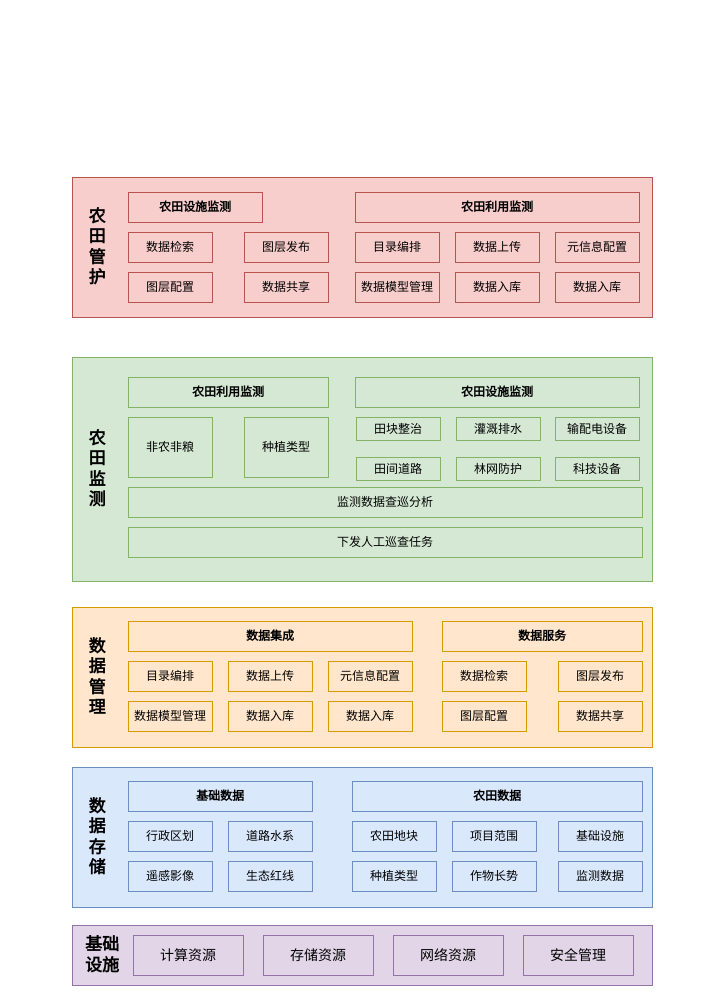
This is 陕西项目.drawio from GISering/diagram, a draw.io file, before an edit. Source tidied: cells renumbered, new cells numbered last; positions are measured from the earlier drawing's top-left corner, leaving out a move shared by most shapes. Both pictures are drawn from the tidied source at 100%, with x=0, y=0 at pixel (72, 177).
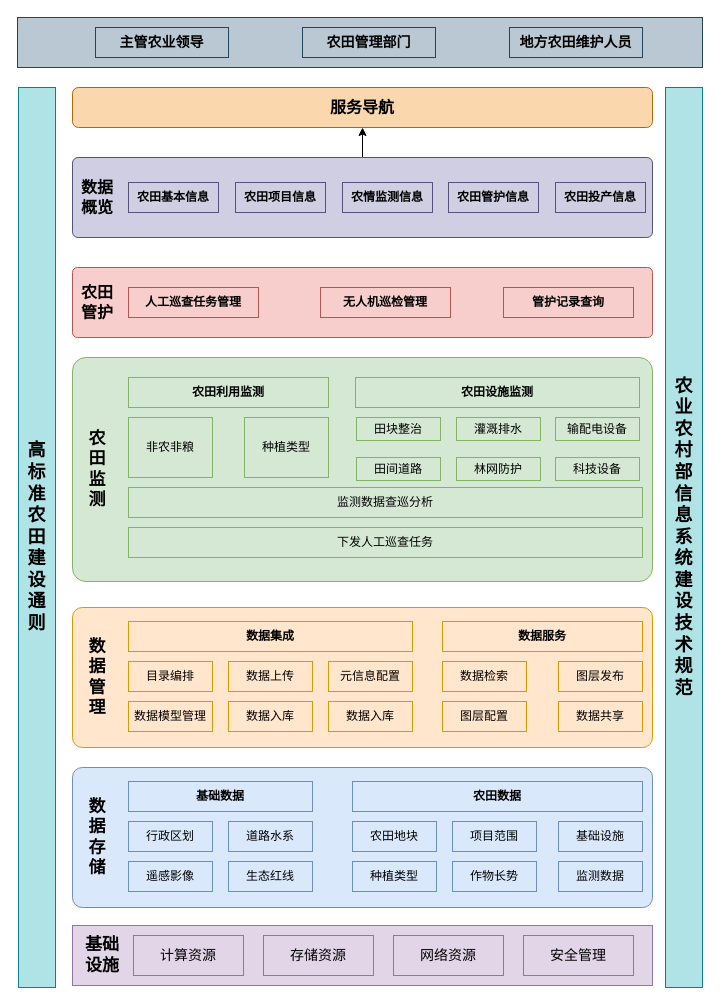
The same diagram, later.

Commit message (it also covers changes not shown here):
更新陕西项目.drawio

What changed in the source:
```diff
@@
-    <mxCell id="2" style="rounded=0;whiteSpace=wrap;html=1;fillColor=#e1d5e7;strokeColor=#9673a6;" parent="1" vertex="1">
+    <mxCell id="2" style="rounded=0;whiteSpace=wrap;html=1;fillColor=#e1d5e7;strokeColor=#9673a6;arcSize=7;" parent="1" vertex="1">
       <mxGeometry y="748" width="580" height="60" as="geometry" />
     </mxCell>
@@
-    <mxCell id="8" style="rounded=0;whiteSpace=wrap;html=1;fillColor=#dae8fc;strokeColor=#6c8ebf;" parent="1" vertex="1">
+    <mxCell id="8" style="rounded=1;whiteSpace=wrap;html=1;fillColor=#dae8fc;strokeColor=#6c8ebf;arcSize=7;" parent="1" vertex="1">
       <mxGeometry y="590" width="580" height="140" as="geometry" />
     </mxCell>
@@
-    <mxCell id="22" style="rounded=0;whiteSpace=wrap;html=1;fillColor=#ffe6cc;strokeColor=#d79b00;" parent="1" vertex="1">
+    <mxCell id="22" style="rounded=1;whiteSpace=wrap;html=1;fillColor=#ffe6cc;strokeColor=#d79b00;arcSize=7;" parent="1" vertex="1">
       <mxGeometry y="430" width="580" height="140" as="geometry" />
     </mxCell>
@@
-    <mxCell id="36" style="rounded=0;whiteSpace=wrap;html=1;fillColor=#d5e8d4;strokeColor=#82b366;" parent="1" vertex="1">
+    <mxCell id="36" style="rounded=1;whiteSpace=wrap;html=1;fillColor=#d5e8d4;strokeColor=#82b366;arcSize=6;" parent="1" vertex="1">
       <mxGeometry y="180" width="580" height="224" as="geometry" />
     </mxCell>
@@
-    <mxCell id="47" style="rounded=0;whiteSpace=wrap;html=1;fillColor=#f8cecc;strokeColor=#b85450;" parent="1" vertex="1">
-      <mxGeometry width="580" height="140" as="geometry" />
+    <mxCell id="47" style="rounded=1;whiteSpace=wrap;html=1;fillColor=#f8cecc;strokeColor=#b85450;arcSize=7;" parent="1" vertex="1">
+      <mxGeometry y="90" width="580" height="70" as="geometry" />
     </mxCell>
-    <mxCell id="48" value="农田管护" style="text;html=1;align=center;verticalAlign=middle;whiteSpace=wrap;rounded=0;fontSize=17;fontStyle=1;fillColor=#f8cecc;strokeColor=none;" parent="1" vertex="1">
-      <mxGeometry x="10" y="30" width="30" height="80" as="geometry" />
+    <mxCell id="48" value="农田管护" style="text;html=1;align=center;verticalAlign=middle;whiteSpace=wrap;rounded=0;fontSize=16;fontStyle=1;fillColor=#f8cecc;strokeColor=none;" parent="1" vertex="1">
+      <mxGeometry x="5" y="100" width="40" height="50" as="geometry" />
     </mxCell>
-    <mxCell id="49" value="农田利用监测" style="rounded=0;whiteSpace=wrap;html=1;fontStyle=1;fillColor=#f8cecc;strokeColor=#b85450;" parent="1" vertex="1">
-      <mxGeometry x="283" y="15" width="284" height="30" as="geometry" />
+    <mxCell id="49" value="无人机巡检管理" style="rounded=0;whiteSpace=wrap;html=1;fontStyle=1;fillColor=#f8cecc;strokeColor=#b85450;" parent="1" vertex="1">
+      <mxGeometry x="248" y="110" width="130" height="30" as="geometry" />
     </mxCell>
-    <mxCell id="50" value="目录编排" style="rounded=0;whiteSpace=wrap;html=1;fillColor=#f8cecc;strokeColor=#b85450;" parent="1" vertex="1">
-      <mxGeometry x="283" y="55" width="84" height="30" as="geometry" />
-    </mxCell>
-    <mxCell id="51" value="元信息配置" style="rounded=0;whiteSpace=wrap;html=1;fillColor=#f8cecc;strokeColor=#b85450;" parent="1" vertex="1">
-      <mxGeometry x="483" y="55" width="84" height="30" as="geometry" />
-    </mxCell>
-    <mxCell id="52" value="数据上传" style="rounded=0;whiteSpace=wrap;html=1;fillColor=#f8cecc;strokeColor=#b85450;" parent="1" vertex="1">
-      <mxGeometry x="383" y="55" width="84" height="30" as="geometry" />
-    </mxCell>
-    <mxCell id="53" value="数据入库" style="rounded=0;whiteSpace=wrap;html=1;fillColor=#f8cecc;strokeColor=#b85450;" parent="1" vertex="1">
-      <mxGeometry x="383" y="95" width="84" height="30" as="geometry" />
-    </mxCell>
-    <mxCell id="54" value="农田设施监测" style="rounded=0;whiteSpace=wrap;html=1;fontStyle=1;fillColor=#f8cecc;strokeColor=#b85450;" parent="1" vertex="1">
-      <mxGeometry x="56" y="15" width="134" height="30" as="geometry" />
+    <mxCell id="54" value="人工巡查任务管理" style="rounded=0;whiteSpace=wrap;html=1;fontStyle=1;fillColor=#f8cecc;strokeColor=#b85450;" parent="1" vertex="1">
+      <mxGeometry x="56" y="110" width="130" height="30" as="geometry" />
     </mxCell>
-    <mxCell id="55" value="数据检索" style="rounded=0;whiteSpace=wrap;html=1;fillColor=#f8cecc;strokeColor=#b85450;" parent="1" vertex="1">
-      <mxGeometry x="56" y="55" width="84" height="30" as="geometry" />
-    </mxCell>
-    <mxCell id="56" value="图层配置" style="rounded=0;whiteSpace=wrap;html=1;fillColor=#f8cecc;strokeColor=#b85450;" parent="1" vertex="1">
-      <mxGeometry x="56" y="95" width="84" height="30" as="geometry" />
-    </mxCell>
-    <mxCell id="57" value="图层发布" style="rounded=0;whiteSpace=wrap;html=1;fillColor=#f8cecc;strokeColor=#b85450;" parent="1" vertex="1">
-      <mxGeometry x="172" y="55" width="84" height="30" as="geometry" />
-    </mxCell>
-    <mxCell id="58" value="数据共享" style="rounded=0;whiteSpace=wrap;html=1;fillColor=#f8cecc;strokeColor=#b85450;" parent="1" vertex="1">
-      <mxGeometry x="172" y="95" width="84" height="30" as="geometry" />
-    </mxCell>
-    <mxCell id="59" value="数据模型管理" style="rounded=0;whiteSpace=wrap;html=1;fillColor=#f8cecc;strokeColor=#b85450;" parent="1" vertex="1">
-      <mxGeometry x="283" y="95" width="84" height="30" as="geometry" />
-    </mxCell>
-    <mxCell id="60" value="数据入库" style="rounded=0;whiteSpace=wrap;html=1;fillColor=#f8cecc;strokeColor=#b85450;" parent="1" vertex="1">
-      <mxGeometry x="483" y="95" width="84" height="30" as="geometry" />
-    </mxCell>
@@
+    <mxCell id="64" value="管护记录查询" style="rounded=0;whiteSpace=wrap;html=1;fontStyle=1;fillColor=#f8cecc;strokeColor=#b85450;" parent="1" vertex="1">
+      <mxGeometry x="431" y="110" width="130" height="30" as="geometry" />
+    </mxCell>
+    <mxCell id="65" style="edgeStyle=orthogonalEdgeStyle;rounded=0;jettySize=auto;html=1;exitX=0.5;exitY=0;exitDx=0;exitDy=0;entryX=0.5;entryY=1;entryDx=0;entryDy=0;" parent="1" edge="1" source="66" target="73">
+      <mxGeometry relative="1" as="geometry" />
+    </mxCell>
+    <mxCell id="66" style="rounded=1;whiteSpace=wrap;html=1;fillColor=#d0cee2;strokeColor=#56517e;arcSize=7;" parent="1" vertex="1">
+      <mxGeometry y="-20" width="580" height="80" as="geometry" />
+    </mxCell>
+    <mxCell id="67" value="数据概览" style="text;html=1;align=center;verticalAlign=middle;whiteSpace=wrap;rounded=0;fontSize=16;fontStyle=1;fillColor=#d0cee2;strokeColor=none;" parent="1" vertex="1">
+      <mxGeometry x="5" y="-15" width="40" height="70" as="geometry" />
+    </mxCell>
+    <mxCell id="68" value="农田基本信息" style="rounded=0;whiteSpace=wrap;html=1;fontStyle=1;fillColor=#d0cee2;strokeColor=#56517e;" parent="1" vertex="1">
+      <mxGeometry x="56" y="5" width="90" height="30" as="geometry" />
+    </mxCell>
+    <mxCell id="69" value="农田项目信息" style="rounded=0;whiteSpace=wrap;html=1;fontStyle=1;fillColor=#d0cee2;strokeColor=#56517e;" parent="1" vertex="1">
+      <mxGeometry x="163" y="5" width="90" height="30" as="geometry" />
+    </mxCell>
+    <mxCell id="70" value="农田投产信息" style="rounded=0;whiteSpace=wrap;html=1;fontStyle=1;fillColor=#d0cee2;strokeColor=#56517e;" parent="1" vertex="1">
+      <mxGeometry x="483" y="5" width="90" height="30" as="geometry" />
+    </mxCell>
+    <mxCell id="71" value="农情监测信息" style="rounded=0;whiteSpace=wrap;html=1;fontStyle=1;fillColor=#d0cee2;strokeColor=#56517e;" parent="1" vertex="1">
+      <mxGeometry x="270" y="5" width="90" height="30" as="geometry" />
+    </mxCell>
+    <mxCell id="72" value="农田管护信息" style="rounded=0;whiteSpace=wrap;html=1;fontStyle=1;fillColor=#d0cee2;strokeColor=#56517e;" parent="1" vertex="1">
+      <mxGeometry x="376" y="5" width="90" height="30" as="geometry" />
+    </mxCell>
+    <mxCell id="73" value="服务导航" style="rounded=1;whiteSpace=wrap;html=1;fillColor=#fad7ac;strokeColor=#b46504;fontStyle=1;fontSize=16;" parent="1" vertex="1">
+      <mxGeometry y="-90" width="580" height="40" as="geometry" />
+    </mxCell>
+    <mxCell id="74" style="rounded=0;whiteSpace=wrap;html=1;fillColor=#bac8d3;strokeColor=#23445d;fontStyle=1;fontSize=16;" parent="1" vertex="1">
+      <mxGeometry x="-55" y="-160" width="685" height="50" as="geometry" />
+    </mxCell>
+    <mxCell id="75" value="主管农业领导" style="rounded=0;whiteSpace=wrap;html=1;fillColor=#bac8d3;strokeColor=#23445d;fontStyle=1;fontSize=14;" parent="1" vertex="1">
+      <mxGeometry x="23" y="-150" width="133" height="30" as="geometry" />
+    </mxCell>
+    <mxCell id="76" value="农田管理部门" style="rounded=0;whiteSpace=wrap;html=1;fillColor=#bac8d3;strokeColor=#23445d;fontStyle=1;fontSize=14;" parent="1" vertex="1">
+      <mxGeometry x="230" y="-150" width="133" height="30" as="geometry" />
+    </mxCell>
+    <mxCell id="77" value="地方农田维护人员" style="rounded=0;whiteSpace=wrap;html=1;fillColor=#bac8d3;strokeColor=#23445d;fontStyle=1;fontSize=14;" parent="1" vertex="1">
+      <mxGeometry x="437" y="-150" width="133" height="30" as="geometry" />
+    </mxCell>
+    <mxCell id="78" value="农业农村部信息系统建设技术规范" style="rounded=0;whiteSpace=wrap;html=1;fontSize=18;fillColor=#b0e3e6;strokeColor=#0e8088;fontStyle=1;" parent="1" vertex="1">
+      <mxGeometry x="593" y="-90" width="37" height="900" as="geometry" />
+    </mxCell>
+    <mxCell id="79" value="高标准农田建设 通则" style="rounded=0;whiteSpace=wrap;html=1;fontSize=18;fillColor=#b0e3e6;strokeColor=#0e8088;fontStyle=1;" parent="1" vertex="1">
+      <mxGeometry x="-54" y="-90" width="37" height="900" as="geometry" />
+    </mxCell>
```
